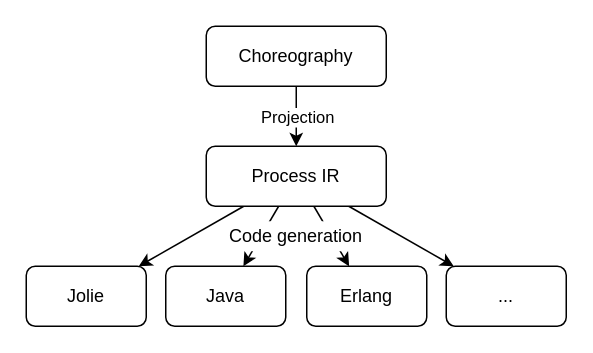
Before: jolie/paper/arch.drawio in jonas-rm/partial-core-choreographies-rocq, a draw.io diagram. Source tidied: cells renumbered, new cells numbered last; positions are measured from the earlier drawing's top-left corner, leaving out a move shared by most shapes. Both pictures are drawn from the tidied source at 150%, with x=0, y=0 at pixel (26, 26). Pictures stored in the file or linked from it are replaced by grey dashed boxes.
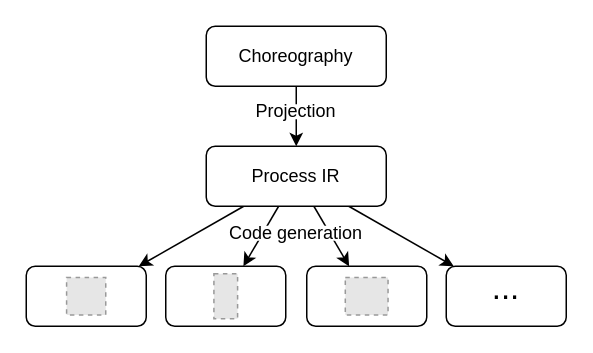
Above is the later version.

Commit message (it also covers changes not shown here):
Explain architecture

Unchanged cells that the change refers to:
```xml
<mxCell id="9" value="Process IR" style="rounded=1;whiteSpace=wrap;html=1;" parent="1" vertex="1">
  <mxGeometry x="120" y="80" width="120" height="40" as="geometry" />
</mxCell>
```

What changed in the source:
```diff
@@
-    <mxCell id="2" style="edgeStyle=orthogonalEdgeStyle;rounded=0;jettySize=auto;html=1;" parent="1" edge="1" source="4" target="9">
-      <mxGeometry relative="1" as="geometry" />
-    </mxCell>
-    <mxCell id="3" value="Projection" style="edgeLabel;html=1;align=center;verticalAlign=middle;" parent="2" vertex="1">
-      <mxGeometry relative="1" as="geometry" />
-    </mxCell>
-    <mxCell id="4" value="Choreography" style="rounded=1;whiteSpace=wrap;html=1;" parent="1" vertex="1">
-      <mxGeometry x="120" width="120" height="40" as="geometry" />
-    </mxCell>
-    <mxCell id="5" style="rounded=0;jettySize=auto;html=1;" parent="1" edge="1" source="9" target="11">
+    <mxCell id="5" style="rounded=0;jettySize=auto;html=1;" parent="1" edge="1" source="9" target="20">
       <mxGeometry relative="1" as="geometry" />
     </mxCell>
-    <mxCell id="6" style="rounded=0;jettySize=auto;html=1;" parent="1" edge="1" source="9" target="13">
+    <mxCell id="6" style="rounded=0;jettySize=auto;html=1;" parent="1" edge="1" source="9" target="17">
       <mxGeometry relative="1" as="geometry" />
     </mxCell>
-    <mxCell id="7" style="edgeStyle=none;rounded=0;jettySize=auto;html=1;" parent="1" edge="1" source="9" target="12">
+    <mxCell id="7" style="edgeStyle=none;rounded=0;jettySize=auto;html=1;" parent="1" edge="1" source="9" target="23">
       <mxGeometry relative="1" as="geometry" />
     </mxCell>
-    <mxCell id="8" style="edgeStyle=none;rounded=0;jettySize=auto;html=1;" parent="1" edge="1" source="9" target="14">
+    <mxCell id="8" style="edgeStyle=none;rounded=0;jettySize=auto;html=1;" parent="1" edge="1" source="9" target="26">
       <mxGeometry relative="1" as="geometry" />
     </mxCell>
+    <mxCell id="15" value="Code generation" style="text;html=1;strokeColor=none;fillColor=default;align=center;verticalAlign=middle;whiteSpace=wrap;rounded=0;" parent="1" vertex="1">
+      <mxGeometry x="130" y="133" width="100" height="10" as="geometry" />
+    </mxCell>
+    <mxCell id="4" value="Choreography" style="rounded=1;whiteSpace=wrap;html=1;" parent="1" vertex="1">
+      <mxGeometry x="120" width="120" height="40" as="geometry" />
+    </mxCell>
+    <mxCell id="2" style="edgeStyle=orthogonalEdgeStyle;rounded=0;jettySize=auto;html=1;" parent="1" edge="1" source="4" target="9">
+      <mxGeometry relative="1" as="geometry" />
+    </mxCell>
@@
-    <mxCell id="10" style="group;" parent="1" vertex="1">
-      <mxGeometry y="160" width="360" height="40" as="geometry" />
-    </mxCell>
-    <mxCell id="11" value="Java" style="rounded=1;whiteSpace=wrap;html=1;" parent="10" vertex="1">
-      <mxGeometry x="93" width="80" height="40" as="geometry" />
-    </mxCell>
-    <mxCell id="12" value="Erlang" style="rounded=1;whiteSpace=wrap;html=1;" parent="10" vertex="1">
-      <mxGeometry x="187" width="80" height="40" as="geometry" />
-    </mxCell>
-    <mxCell id="13" value="Jolie" style="rounded=1;whiteSpace=wrap;html=1;" parent="10" vertex="1">
-      <mxGeometry width="80" height="40" as="geometry" />
-    </mxCell>
+    <mxCell id="3" value="Projection" style="text;html=1;strokeColor=none;fillColor=default;align=center;verticalAlign=middle;whiteSpace=wrap;rounded=0;dashed=1;" parent="1" vertex="1">
+      <mxGeometry x="150" y="52" width="60" height="10" as="geometry" />
+    </mxCell>
+    <mxCell id="16" style="group;" parent="1" vertex="1">
+      <mxGeometry y="160" width="80" height="40" as="geometry" />
+    </mxCell>
+    <mxCell id="17" style="rounded=1;whiteSpace=wrap;html=1;" parent="16" vertex="1">
+      <mxGeometry width="80" height="40" as="geometry" />
+    </mxCell>
+    <mxCell id="18" style="fillColor=#E6E6E6;strokeColor=#999999;dashed=1;verticalLabelPosition=bottom;verticalAlign=top;" parent="16" vertex="1">
+      <mxGeometry x="26.9" y="7.5" width="26.1" height="25" as="geometry" />
+    </mxCell>
+    <mxCell id="19" style="group;" parent="1" vertex="1">
+      <mxGeometry x="93" y="160" width="80" height="40" as="geometry" />
+    </mxCell>
+    <mxCell id="20" style="rounded=1;whiteSpace=wrap;html=1;" parent="19" vertex="1">
+      <mxGeometry width="80" height="40" as="geometry" />
+    </mxCell>
+    <mxCell id="21" style="fillColor=#E6E6E6;strokeColor=#999999;dashed=1;verticalLabelPosition=bottom;verticalAlign=top;" parent="19" vertex="1">
+      <mxGeometry x="32.1" y="5" width="15.8" height="30" as="geometry" />
+    </mxCell>
+    <mxCell id="22" style="group;" parent="1" vertex="1">
+      <mxGeometry x="187" y="160" width="80" height="40" as="geometry" />
+    </mxCell>
+    <mxCell id="23" style="rounded=1;whiteSpace=wrap;html=1;" parent="22" vertex="1">
+      <mxGeometry width="80" height="40" as="geometry" />
+    </mxCell>
+    <mxCell id="24" style="fillColor=#E6E6E6;strokeColor=#999999;dashed=1;verticalLabelPosition=bottom;verticalAlign=top;" parent="22" vertex="1">
+      <mxGeometry x="25.7" y="7.5" width="28.5" height="25" as="geometry" />
+    </mxCell>
+    <mxCell id="25" style="group;" parent="1" vertex="1">
+      <mxGeometry x="280" y="160" width="80" height="40" as="geometry" />
+    </mxCell>
+    <mxCell id="26" style="rounded=1;whiteSpace=wrap;html=1;verticalAlign=middle;align=center;" parent="25" vertex="1">
+      <mxGeometry width="80" height="40" as="geometry" />
+    </mxCell>
-    <mxCell id="14" value="..." style="rounded=1;whiteSpace=wrap;html=1;" parent="10" vertex="1">
-      <mxGeometry x="280" width="80" height="40" as="geometry" />
+    <mxCell id="14" value="..." style="text;html=1;strokeColor=none;fillColor=none;align=center;verticalAlign=middle;whiteSpace=wrap;rounded=0;dashed=1;labelPosition=center;verticalLabelPosition=middle;spacingTop=-11;fontSize=22;" parent="25" vertex="1">
+      <mxGeometry x="25" y="15" width="30" height="10" as="geometry" />
     </mxCell>
-    <mxCell id="15" value="Code generation" style="text;html=1;strokeColor=none;fillColor=default;align=center;verticalAlign=middle;whiteSpace=wrap;rounded=0;" parent="1" vertex="1">
-      <mxGeometry x="130" y="130" width="100" height="20" as="geometry" />
-    </mxCell>
```
